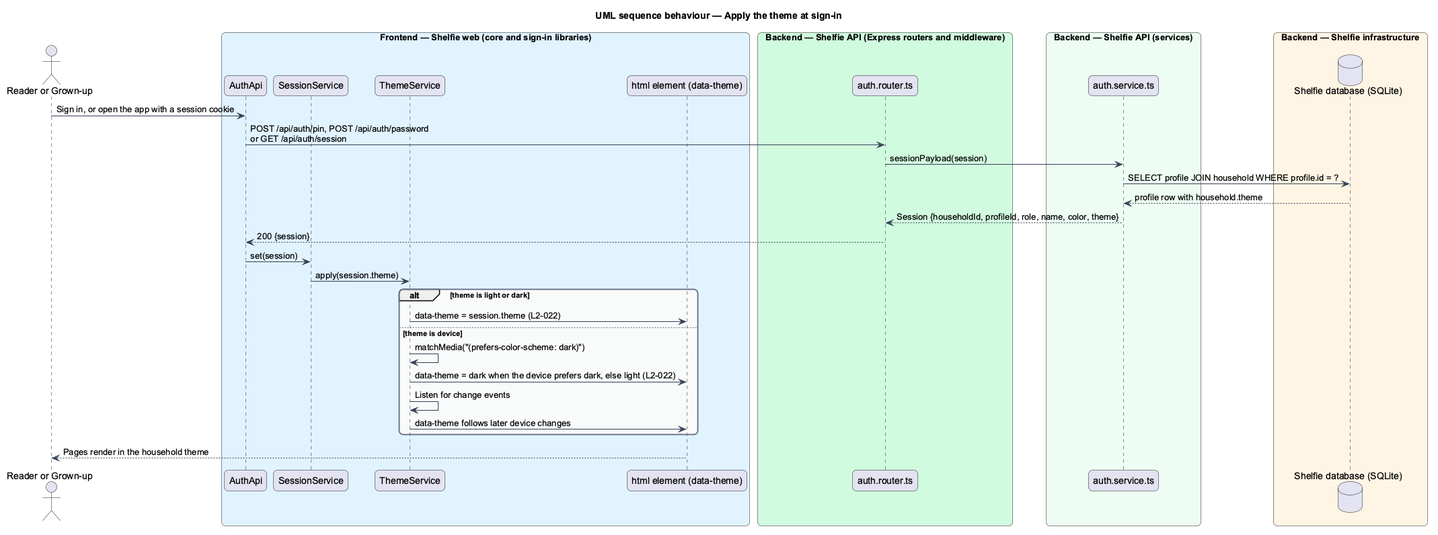
Above: docs/detailed-designs/settings/choose-appearance/diagrams/sequence-apply-theme.png in QuinntyneBrown/shelfie (PlantUML), before the change.
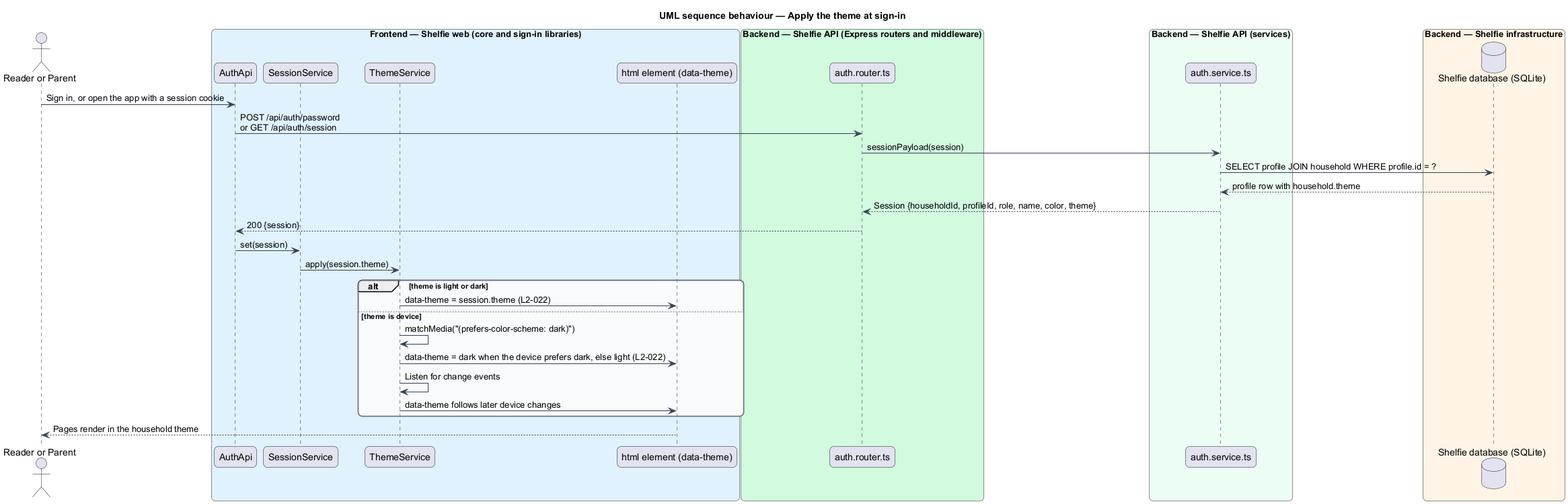
After the change.

Diff of the diagram source:
```diff
@@ -14,7 +14,7 @@
   FontColor #101828
   BackgroundColor #F9FAFB
 }
-actor "Reader or Grown-up" as person
+actor "Reader or Parent" as person
 box "Frontend — Shelfie web (core and sign-in libraries)" #E0F2FE
   participant "AuthApi" as client
   participant "SessionService" as session
@@ -32,7 +32,7 @@
 end box
 
 person -> client : Sign in, or open the app with a session cookie
-client -> router : POST /api/auth/pin, POST /api/auth/password\nor GET /api/auth/session
+client -> router : POST /api/auth/password\nor GET /api/auth/session
 router -> service : sessionPayload(session)
 service -> db : SELECT profile JOIN household WHERE profile.id = ?
 db --> service : profile row with household.theme
```
